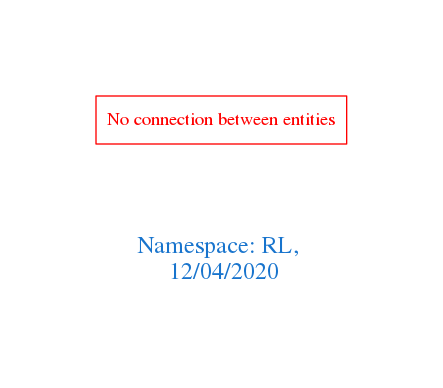
arago/OGIT keeps this Graphviz diagram as downloads/RL.png. Above is the earlier version. Its source is kept beside it as downloads/RL.dot.
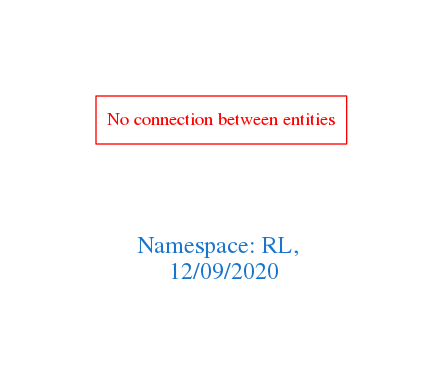
After the commit.

Diff of the diagram source:
```diff
@@ -1,7 +1,7 @@
 digraph OGIT_ontology {
  graph [ rankdir= LR,pad=1
 fontsize = 18,
-fontcolor= dodgerblue3,label = "\n\n\nNamespace: RL, \n 12/04/2020"];
+fontcolor= dodgerblue3,label = "\n\n\nNamespace: RL, \n 12/09/2020"];
 node[shape=polygon];
 edge [  color="gray81"];
 
```
